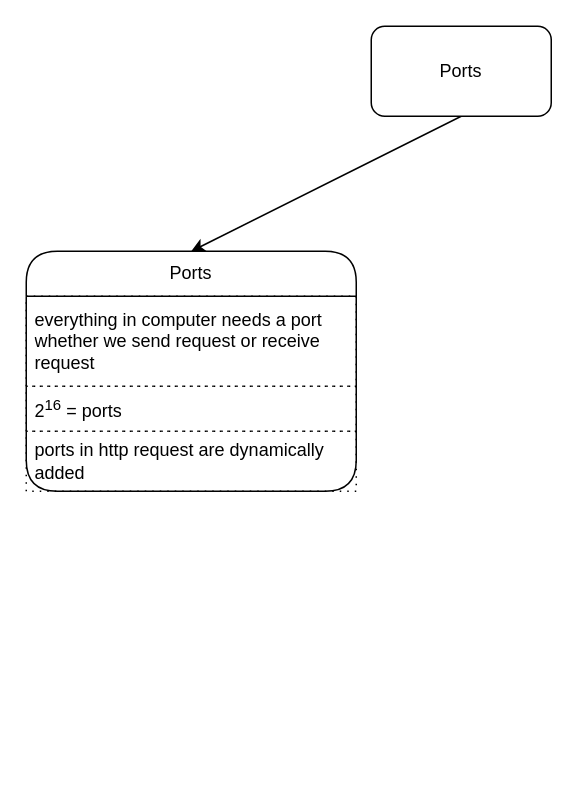
knkrn5/Programming-Concepts keeps this draw.io diagram as computer-networking/ports/ports.dio. Above is the earlier version. Source tidied: cells renumbered, new cells numbered last; positions are measured from the earlier drawing's top-left corner, leaving out a move shared by most shapes. Both pictures are drawn from the tidied source at 150%, with x=0, y=0 at pixel (26, 26).
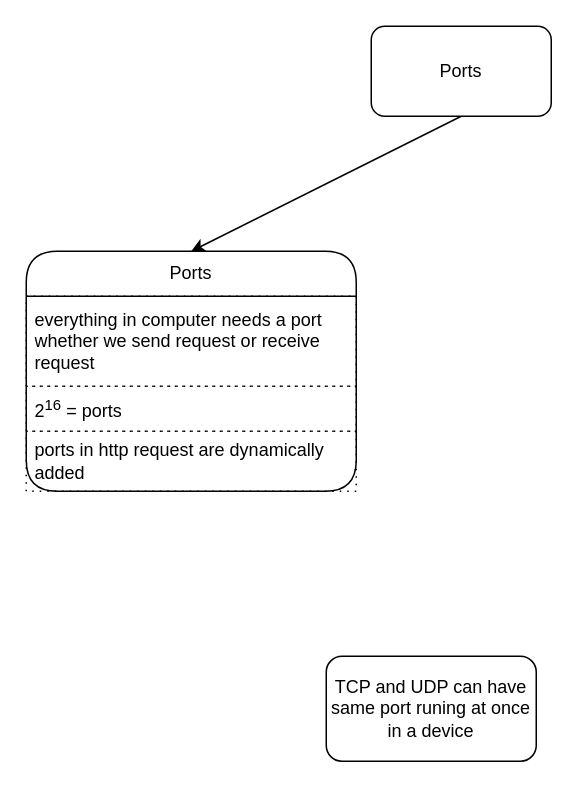
The same diagram, later.

Change to the diagram source:
```diff
@@
 <mxGraphModel>
   <root>
     <mxCell id="0" />
     <mxCell id="1" parent="0" />
     <mxCell id="2" style="edgeStyle=none;html=1;exitX=0.5;exitY=1;exitDx=0;exitDy=0;entryX=0.5;entryY=0;entryDx=0;entryDy=0;" parent="1" edge="1" source="3" target="4">
       <mxGeometry relative="1" as="geometry" />
     </mxCell>
     <mxCell id="3" value="Ports" style="rounded=1;whiteSpace=wrap;html=1;" parent="1" vertex="1">
       <mxGeometry x="230" width="120" height="60" as="geometry" />
     </mxCell>
     <mxCell id="4" value="Ports" style="swimlane;fontStyle=0;horizontal=1;startSize=30;whiteSpace=wrap;html=1;rounded=1;arcSize=23;" parent="1" vertex="1">
       <mxGeometry y="150" width="220" height="160" as="geometry" />
     </mxCell>
     <mxCell id="5" value="everything in computer needs a port whether we send request or receive request" style="text;strokeColor=default;fillColor=none;align=left;verticalAlign=middle;spacingLeft=4;spacingRight=4;overflow=hidden;whiteSpace=wrap;html=1;dashed=1;dashPattern=1 4;" parent="4" vertex="1">
       <mxGeometry y="30" width="220" height="60" as="geometry" />
     </mxCell>
     <mxCell id="6" value="2&lt;sup&gt;16&lt;/sup&gt;&amp;nbsp;= ports" style="text;strokeColor=default;fillColor=none;align=left;verticalAlign=middle;spacingLeft=4;spacingRight=4;overflow=hidden;whiteSpace=wrap;html=1;dashed=1;dashPattern=1 4;" parent="4" vertex="1">
       <mxGeometry y="90" width="220" height="30" as="geometry" />
     </mxCell>
     <mxCell id="7" value="ports in http request are dynamically added" style="text;strokeColor=default;fillColor=none;align=left;verticalAlign=middle;spacingLeft=4;spacingRight=4;overflow=hidden;whiteSpace=wrap;html=1;dashed=1;dashPattern=1 4;" parent="4" vertex="1">
       <mxGeometry y="120" width="220" height="40" as="geometry" />
     </mxCell>
+    <mxCell id="8" value="TCP and UDP can have same port runing at once in a device" style="rounded=1;whiteSpace=wrap;html=1;" parent="1" vertex="1">
+      <mxGeometry x="200" y="420" width="140" height="70" as="geometry" />
+    </mxCell>
   </root>
 </mxGraphModel>
```
